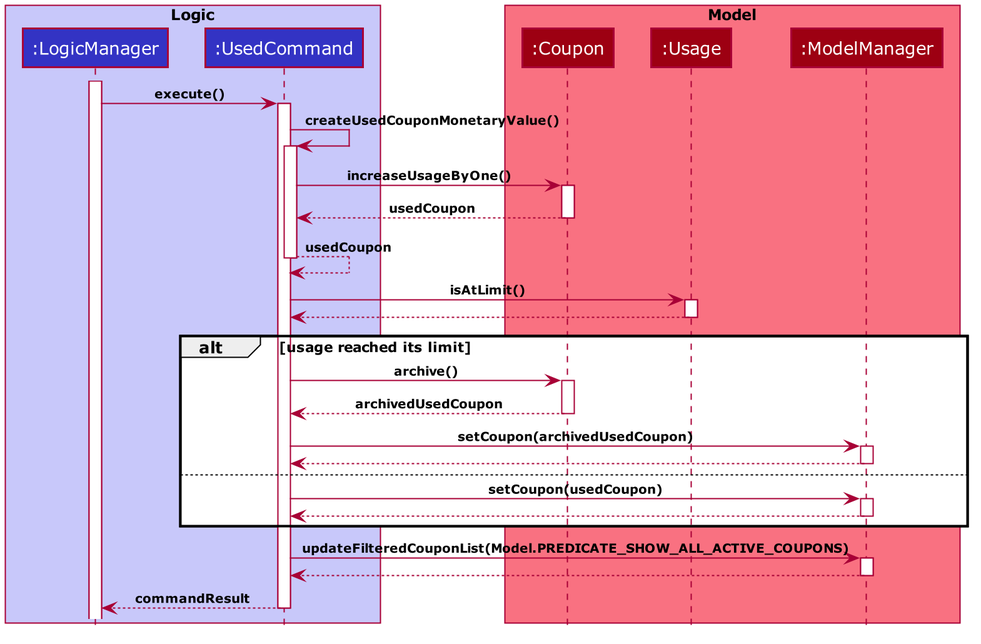
Earlier version of the PlantUML export images/ArchiveExhaustedSequenceDiagram.png (AY1920S2-CS2103T-F09-1/main).
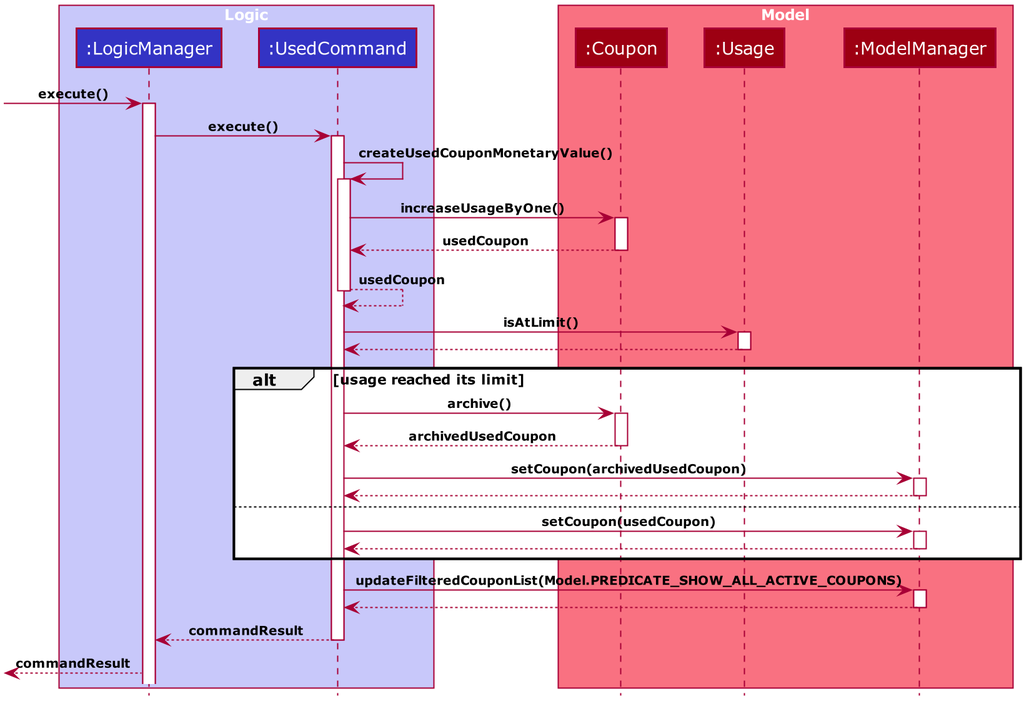
Above is the later version.

Diff of the diagram source:
```diff
@@ -62,17 +62,18 @@
 hide members
 hide circle
 
-box "<color:black>Logic</color>" #C8C8FA
+box "<color:white>Logic</color>" #C8C8FA
 participant ":LogicManager" as LogicManager #3333C4
 participant ":UsedCommand" as UsedCommand #3333C4
 end box
 
-box "<color:black>Model</color>" #F97181
+box "<color:white>Model</color>" #F97181
 participant ":Coupon" as Coupon #9D0012
 participant ":Usage" as Usage #9D0012
 participant ":ModelManager" as ModelManager #9D0012
 end box
 
+-> LogicManager : execute()
 activate LogicManager
 
 LogicManager -> UsedCommand : execute()
@@ -123,4 +124,6 @@
 UsedCommand --> LogicManager : commandResult
 deactivate UsedCommand
 
+[<-- LogicManager : commandResult
+
 @enduml
```
